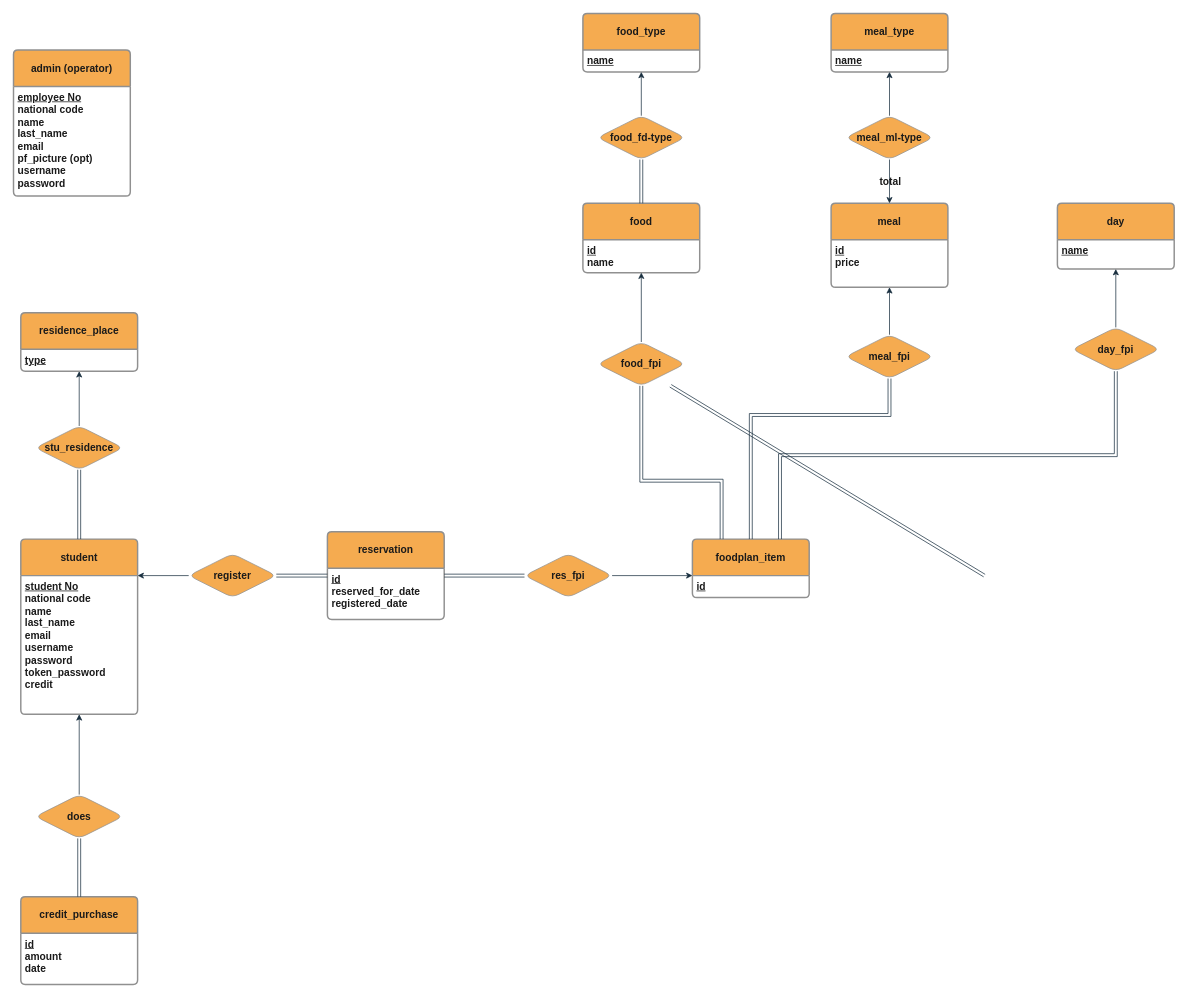
Earlier version of the draw.io diagram design/ERD.drawio (MrGreen-22/UniFood). Source tidied: cells renumbered, new cells numbered last; positions are measured from the earlier drawing's top-left corner, leaving out a move shared by most shapes. Both pictures are drawn from the tidied source at 73%, with x=0, y=0 at pixel (13, 13).
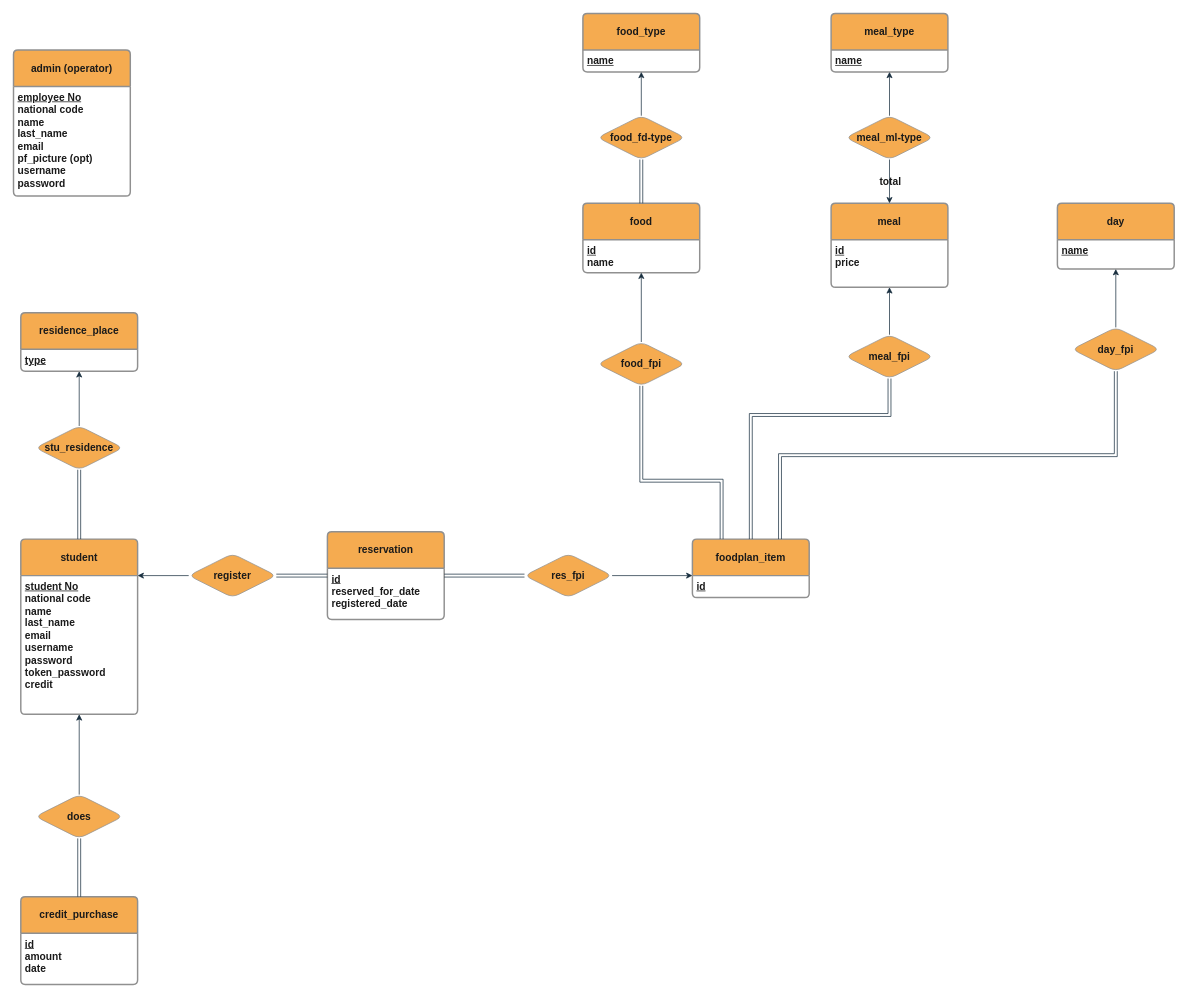
After the change.

Commit message (it also covers changes not shown here):
modified ERD: deleted extra features

Diff of the diagram source:
```diff
@@
-    <mxCell id="33" style="shape=link;html=1;rounded=0;entryX=0;entryY=0;entryDx=0;entryDy=0;exitX=1;exitY=0.5;exitDx=0;exitDy=0;fontSize=14;fontStyle=1;labelBackgroundColor=none;strokeColor=#182E3E;fontColor=default;" parent="1" edge="1">
-      <mxGeometry relative="1" as="geometry">
-        <mxPoint x="1330" y="770" as="sourcePoint" />
-        <mxPoint x="900" y="510" as="targetPoint" />
-      </mxGeometry>
-    </mxCell>
```
